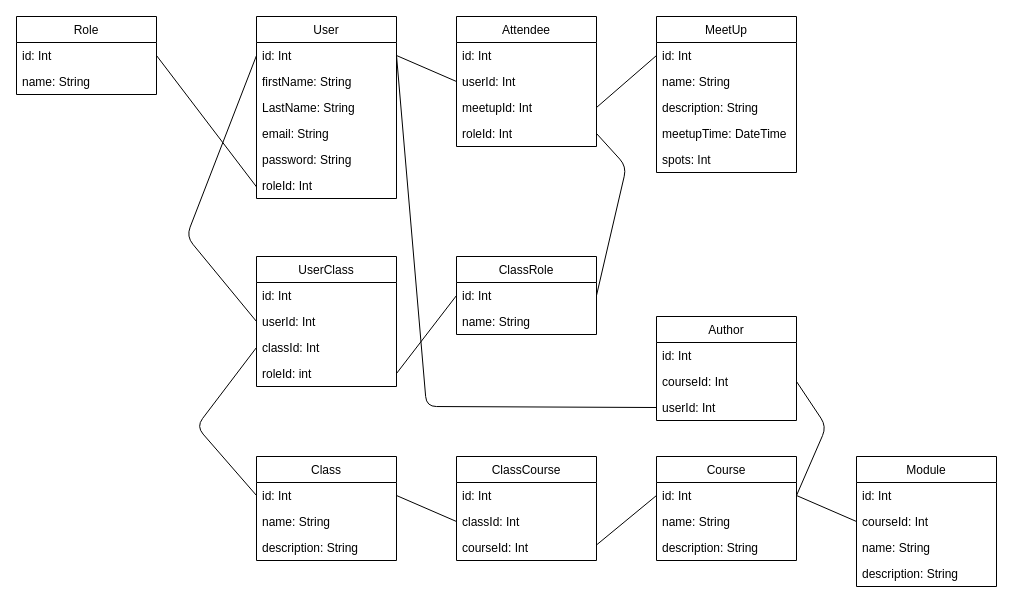
The draw.io diagram backendDiagram.drawio in AnthonyAich/backend, before the edit. Source tidied: cells renumbered, new cells numbered last; positions are measured from the earlier drawing's top-left corner, leaving out a move shared by most shapes. Both pictures are drawn from the tidied source at 100%, with x=0, y=0 at pixel (16, 16).
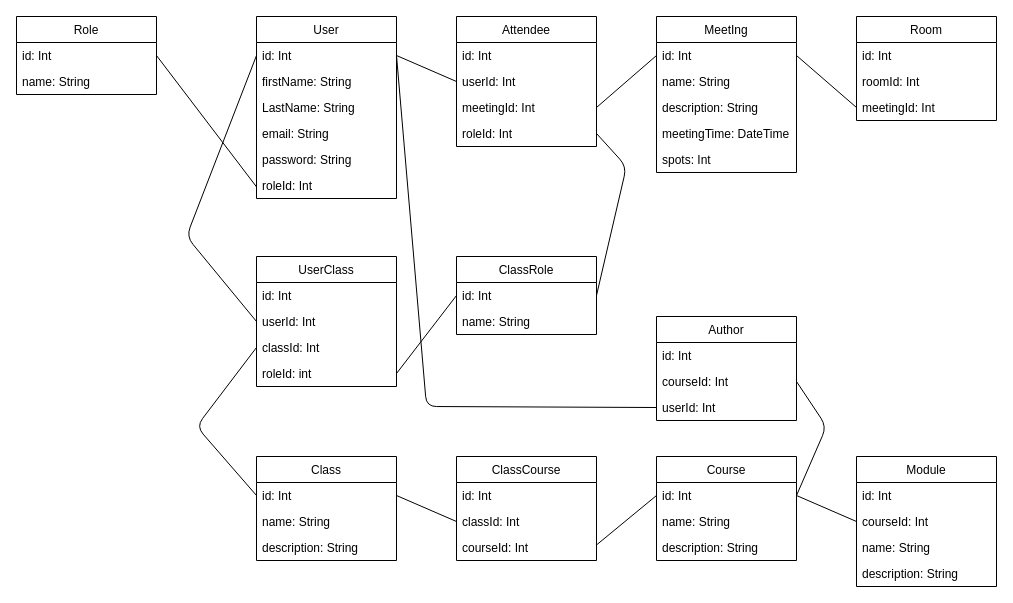
The same page after the edit.

The change refers to these unchanged cells:
```xml
<mxCell id="50" value="Attendee" style="swimlane;fontStyle=0;horizontal=1;startSize=26;fillColor=none;rounded=0;" parent="1" vertex="1">
  <mxGeometry x="440" width="140" height="130" as="geometry" />
</mxCell>
<mxCell id="56" value="id: Int" style="text;strokeColor=none;fillColor=none;align=left;verticalAlign=top;spacingLeft=4;spacingRight=4;overflow=hidden;points=[[0,0.5],[1,0.5]];portConstraint=eastwest;rounded=0;" parent="55" vertex="1">
  <mxGeometry y="26" width="140" height="26" as="geometry" />
</mxCell>
```

Change to the diagram source:
```diff
@@
-    <mxCell id="53" value="meetupId: Int" style="text;strokeColor=none;fillColor=none;align=left;verticalAlign=top;spacingLeft=4;spacingRight=4;overflow=hidden;points=[[0,0.5],[1,0.5]];portConstraint=eastwest;rounded=0;" parent="50" vertex="1">
+    <mxCell id="53" value="meetingId: Int" style="text;strokeColor=none;fillColor=none;align=left;verticalAlign=top;spacingLeft=4;spacingRight=4;overflow=hidden;points=[[0,0.5],[1,0.5]];portConstraint=eastwest;rounded=0;" parent="50" vertex="1">
       <mxGeometry y="78" width="140" height="26" as="geometry" />
     </mxCell>
@@
-    <mxCell id="55" value="MeetUp" style="swimlane;fontStyle=0;horizontal=1;startSize=26;fillColor=none;rounded=0;" parent="1" vertex="1">
+    <mxCell id="55" value="MeetIng" style="swimlane;fontStyle=0;horizontal=1;startSize=26;fillColor=none;rounded=0;" parent="1" vertex="1">
       <mxGeometry x="640" width="140" height="156" as="geometry" />
     </mxCell>
@@
-    <mxCell id="59" value="meetupTime: DateTime" style="text;strokeColor=none;fillColor=none;align=left;verticalAlign=top;spacingLeft=4;spacingRight=4;overflow=hidden;rounded=0;" parent="55" vertex="1">
+    <mxCell id="59" value="meetingTime: DateTime" style="text;strokeColor=none;fillColor=none;align=left;verticalAlign=top;spacingLeft=4;spacingRight=4;overflow=hidden;rounded=0;" parent="55" vertex="1">
       <mxGeometry y="104" width="140" height="26" as="geometry" />
     </mxCell>
@@
+    <mxCell id="64" value="Room" style="swimlane;fontStyle=0;horizontal=1;startSize=26;fillColor=none;" parent="1" vertex="1">
+      <mxGeometry x="840" width="140" height="104" as="geometry" />
+    </mxCell>
+    <mxCell id="65" value="id: Int" style="text;strokeColor=none;fillColor=none;align=left;verticalAlign=top;spacingLeft=4;spacingRight=4;overflow=hidden;" parent="64" vertex="1">
+      <mxGeometry y="26" width="140" height="26" as="geometry" />
+    </mxCell>
+    <mxCell id="66" value="roomId: Int" style="text;strokeColor=none;fillColor=none;align=left;verticalAlign=top;spacingLeft=4;spacingRight=4;overflow=hidden;" parent="64" vertex="1">
+      <mxGeometry y="52" width="140" height="26" as="geometry" />
+    </mxCell>
+    <mxCell id="67" value="meetingId: Int" style="text;strokeColor=none;fillColor=none;align=left;verticalAlign=top;spacingLeft=4;spacingRight=4;overflow=hidden;points=[[0,0.5],[1,0.5]];portConstraint=eastwest;" parent="64" vertex="1">
+      <mxGeometry y="78" width="140" height="26" as="geometry" />
+    </mxCell>
+    <mxCell id="68" style="endArrow=none;html=1;entryX=1;entryY=0.5;entryDx=0;entryDy=0;exitX=0;exitY=0.5;exitDx=0;exitDy=0;" parent="1" edge="1" source="67" target="56">
+      <mxGeometry relative="1" as="geometry" />
+    </mxCell>
```
